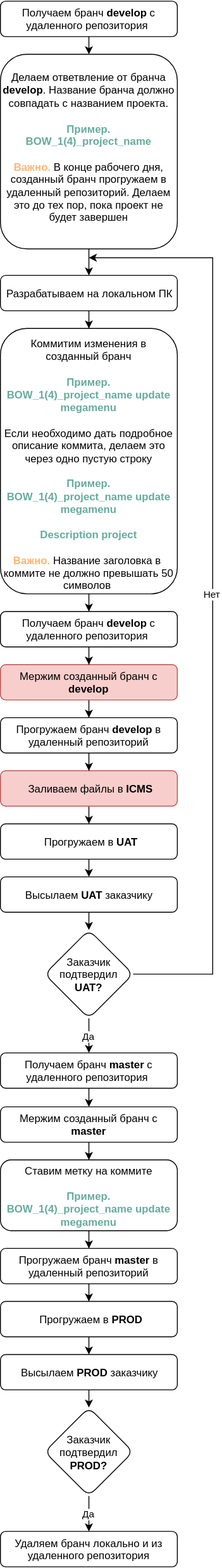
Earlier version of the draw.io export GIT roadmap.svg (biryukovkolya/upload-files). Source tidied: cells renumbered, new cells last; positions are measured from the earlier drawing's top-left corner, leaving out a move shared by most shapes.
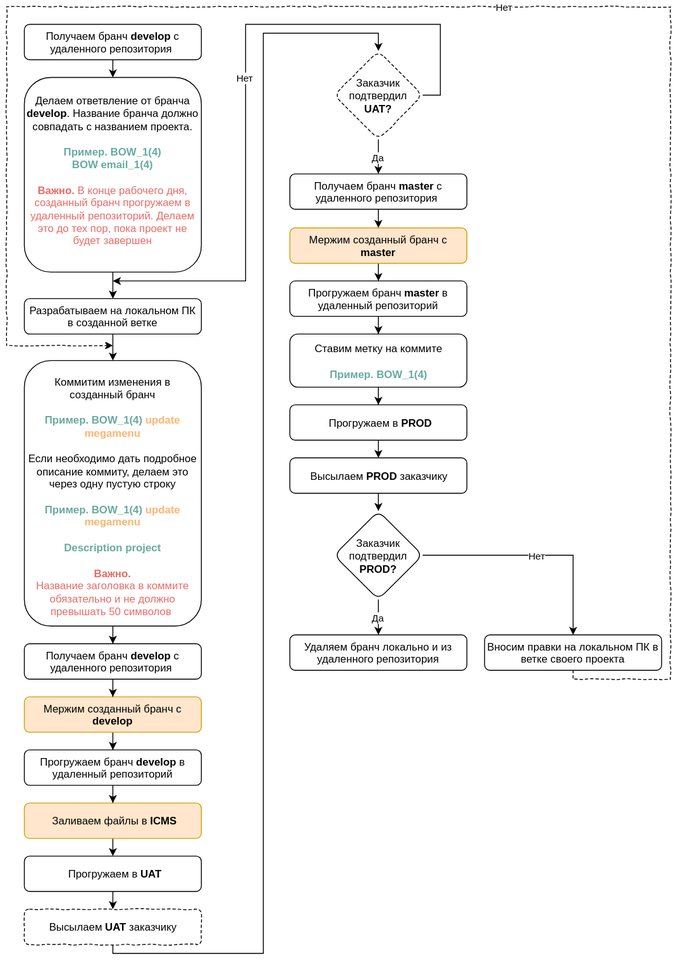
The same diagram one commit later.

What changed in the source:
```diff
@@ -6,121 +6,148 @@
       <mxGeometry relative="1" as="geometry" />
     </mxCell>
     <mxCell id="3" value="Получаем бранч&amp;nbsp;&lt;b&gt;develop&lt;/b&gt; c удаленного репозитория&amp;nbsp;&lt;b&gt;&lt;font color=&quot;#67ab9f&quot;&gt;&lt;br&gt;&lt;/font&gt;&lt;/b&gt;" style="rounded=1;whiteSpace=wrap;html=1;spacingRight=0;spacingLeft=0;spacing=3;" parent="1" vertex="1">
-      <mxGeometry width="200" height="40" as="geometry" />
+      <mxGeometry x="46" y="30" width="200" height="40" as="geometry" />
     </mxCell>
     <mxCell id="4" style="edgeStyle=orthogonalEdgeStyle;rounded=0;html=1;exitX=0.5;exitY=1;jettySize=auto;" parent="1" edge="1" source="5" target="7">
       <mxGeometry relative="1" as="geometry" />
     </mxCell>
-    <mxCell id="5" value="Разрабатываем на локальном ПК" style="rounded=1;whiteSpace=wrap;html=1;spacing=3;" parent="1" vertex="1">
-      <mxGeometry y="310" width="200" height="40" as="geometry" />
+    <mxCell id="5" value="Разрабатываем на локальном ПК в созданной ветке" style="rounded=1;whiteSpace=wrap;html=1;spacing=3;" parent="1" vertex="1">
+      <mxGeometry x="46" y="340" width="200" height="40" as="geometry" />
     </mxCell>
     <mxCell id="6" style="edgeStyle=orthogonalEdgeStyle;rounded=0;html=1;exitX=0.5;exitY=1;jettySize=auto;" parent="1" edge="1" source="7" target="13">
       <mxGeometry relative="1" as="geometry" />
     </mxCell>
-    <mxCell id="7" value="Коммитим изменения в созданный бранч&lt;br&gt;&lt;b style=&quot;color: rgb(103 , 171 , 159)&quot;&gt;&lt;br&gt;Пример. BOW_1(4)_project_name update megamenu&lt;/b&gt;&lt;br&gt;&lt;br&gt;Если необходимо дать подробное описание&amp;nbsp;коммита, делаем это через одно пустую строку&lt;br&gt;&lt;font color=&quot;#67ab9f&quot;&gt;&lt;b&gt;&lt;br&gt;Пример. BOW_1(4)_project_name&amp;nbsp;update megamenu&lt;br&gt;&lt;br&gt;Description project&lt;br&gt;&lt;/b&gt;&lt;/font&gt;&lt;font color=&quot;#ffb570&quot;&gt;&lt;b&gt;&lt;br&gt;Важно.&lt;/b&gt;&lt;/font&gt; Название заголовка в&amp;nbsp; коммите не должно превышать 50 символов&amp;nbsp;&lt;br&gt;" style="rounded=1;whiteSpace=wrap;html=1;spacing=3;" parent="1" vertex="1">
-      <mxGeometry y="370" width="200" height="300" as="geometry" />
+    <mxCell id="7" value="Коммитим изменения в созданный бранч&lt;br&gt;&lt;b style=&quot;color: rgb(103 , 171 , 159)&quot;&gt;&lt;br&gt;Пример. BOW_1(4) &lt;/b&gt;&lt;b&gt;&lt;font color=&quot;#ffb570&quot;&gt;update megamenu&lt;/font&gt;&lt;/b&gt;&lt;br&gt;&lt;br&gt;Если необходимо дать подробное описание&amp;nbsp;коммиту, делаем это через одну пустую строку&lt;br&gt;&lt;b&gt;&lt;br&gt;&lt;font color=&quot;#67ab9f&quot;&gt;Пример. BOW_1(4) &lt;/font&gt;&lt;font color=&quot;#ffb570&quot;&gt;update megamenu&lt;/font&gt;&lt;br&gt;&lt;br&gt;&lt;font color=&quot;#67ab9f&quot;&gt;Description project&lt;/font&gt;&lt;br&gt;&lt;/b&gt;&lt;b&gt;&lt;br&gt;&lt;font color=&quot;#ea6b66&quot;&gt;Важно.&lt;/font&gt;&lt;/b&gt;&lt;font color=&quot;#ea6b66&quot;&gt; &lt;br&gt;Название заголовка в коммите обязательно и не должно превышать 50 символов&amp;nbsp;&lt;/font&gt;&lt;br&gt;" style="rounded=1;whiteSpace=wrap;html=1;spacing=3;" parent="1" vertex="1">
+      <mxGeometry x="46" y="410" width="200" height="300" as="geometry" />
     </mxCell>
     <mxCell id="8" style="edgeStyle=orthogonalEdgeStyle;rounded=0;html=1;exitX=0.5;exitY=1;jettySize=auto;" parent="1" edge="1" source="9" target="37">
       <mxGeometry relative="1" as="geometry" />
     </mxCell>
-    <mxCell id="9" value="Мержим созданный бранч с &lt;b&gt;develop&lt;/b&gt;" style="rounded=1;whiteSpace=wrap;html=1;spacing=3;fillColor=#f8cecc;strokeColor=#b85450;" parent="1" vertex="1">
-      <mxGeometry y="750" width="200" height="40" as="geometry" />
+    <mxCell id="9" value="Мержим созданный бранч с &lt;b&gt;develop&lt;/b&gt;" style="rounded=1;whiteSpace=wrap;html=1;spacing=3;fillColor=#ffe6cc;strokeColor=#d79b00;glass=0;" parent="1" vertex="1">
+      <mxGeometry x="46" y="790" width="200" height="40" as="geometry" />
     </mxCell>
     <mxCell id="10" style="edgeStyle=orthogonalEdgeStyle;rounded=0;html=1;exitX=0.5;exitY=1;entryX=0.5;entryY=0;jettySize=auto;" parent="1" edge="1" source="11" target="5">
       <mxGeometry relative="1" as="geometry" />
     </mxCell>
-    <mxCell id="11" value="Делаем ответвление от бранча &lt;b&gt;develop&lt;/b&gt;. Название бранча должно совпадать с названием проекта.&lt;br&gt;&lt;b&gt;&lt;font color=&quot;#67ab9f&quot;&gt;&lt;br&gt;Пример. BOW_1(4)_project_name&lt;br&gt;&lt;br&gt;&lt;/font&gt;&lt;/b&gt;&lt;font color=&quot;#ffb570&quot;&gt;&lt;b&gt;Важно.&lt;/b&gt;&lt;/font&gt;&amp;nbsp;В конце рабочего дня, созданный бранч прогружаем в удаленный репозиторий. Делаем это до тех пор, пока проект не будет завершен&lt;b&gt;&lt;font color=&quot;#67ab9f&quot;&gt;&lt;br&gt;&lt;/font&gt;&lt;/b&gt;" style="rounded=1;whiteSpace=wrap;html=1;spacingRight=0;spacingLeft=0;spacing=3;" parent="1" vertex="1">
-      <mxGeometry y="60" width="200" height="220" as="geometry" />
+    <mxCell id="11" value="Делаем ответвление от бранча &lt;b&gt;develop&lt;/b&gt;. Название бранча должно совпадать с названием проекта.&lt;br&gt;&lt;b&gt;&lt;font color=&quot;#67ab9f&quot;&gt;&lt;br&gt;Пример. BOW_1(4)&lt;br&gt;BOW email_1(4)&lt;br&gt;&lt;br&gt;&lt;/font&gt;&lt;/b&gt;&lt;font color=&quot;#ea6b66&quot;&gt;&lt;b&gt;Важно.&lt;/b&gt;&amp;nbsp;В конце рабочего дня, созданный бранч прогружаем в удаленный репозиторий. Делаем это до тех пор, пока проект не будет завершен&lt;/font&gt;&lt;b&gt;&lt;font color=&quot;#67ab9f&quot;&gt;&lt;br&gt;&lt;/font&gt;&lt;/b&gt;" style="rounded=1;whiteSpace=wrap;html=1;spacingRight=0;spacingLeft=0;spacing=3;" parent="1" vertex="1">
+      <mxGeometry x="46" y="90" width="200" height="220" as="geometry" />
     </mxCell>
     <mxCell id="12" style="edgeStyle=orthogonalEdgeStyle;rounded=0;html=1;exitX=0.5;exitY=1;jettySize=auto;" parent="1" edge="1" source="13" target="9">
       <mxGeometry relative="1" as="geometry" />
     </mxCell>
     <mxCell id="13" value="Получаем бранч&amp;nbsp;&lt;b&gt;develop&lt;/b&gt; c удаленного репозитория&amp;nbsp;&lt;b&gt;&lt;font color=&quot;#67ab9f&quot;&gt;&lt;br&gt;&lt;/font&gt;&lt;/b&gt;" style="rounded=1;whiteSpace=wrap;html=1;spacingRight=0;spacingLeft=0;spacing=3;" parent="1" vertex="1">
-      <mxGeometry y="690" width="200" height="40" as="geometry" />
+      <mxGeometry x="46" y="730" width="200" height="40" as="geometry" />
     </mxCell>
     <mxCell id="14" value="Да" style="edgeStyle=orthogonalEdgeStyle;rounded=0;html=1;exitX=0.5;exitY=1;entryX=0.5;entryY=0;jettySize=auto;" parent="1" edge="1" source="16" target="24">
       <mxGeometry relative="1" as="geometry" />
     </mxCell>
     <mxCell id="15" value="Нет" style="edgeStyle=orthogonalEdgeStyle;rounded=0;html=1;exitX=1;exitY=0.5;jettySize=auto;" parent="1" edge="1" source="16">
       <mxGeometry relative="1" as="geometry">
-        <mxPoint x="100" y="290" as="targetPoint" />
+        <mxPoint x="146" y="320" as="targetPoint" />
         <Array as="points">
-          <mxPoint x="240" y="1100" />
-          <mxPoint x="240" y="290" />
+          <mxPoint x="516" y="110" />
+          <mxPoint x="516" y="30" />
+          <mxPoint x="296" y="30" />
+          <mxPoint x="296" y="320" />
         </Array>
       </mxGeometry>
     </mxCell>
-    <mxCell id="16" value="Заказчик подтвердил &lt;b&gt;UAT?&lt;/b&gt;" style="rhombus;whiteSpace=wrap;html=1;rounded=1;spacing=3;" parent="1" vertex="1">
-      <mxGeometry x="50" y="1050" width="100" height="100" as="geometry" />
+    <mxCell id="16" value="Заказчик подтвердил &lt;b&gt;UAT?&lt;/b&gt;" style="rhombus;whiteSpace=wrap;html=1;rounded=1;spacing=3;comic=1;dashed=1;" parent="1" vertex="1">
+      <mxGeometry x="396" y="60" width="100" height="100" as="geometry" />
     </mxCell>
     <mxCell id="17" style="edgeStyle=orthogonalEdgeStyle;rounded=0;html=1;exitX=0.5;exitY=1;entryX=0.5;entryY=0;jettySize=auto;" parent="1" edge="1" source="18" target="20">
       <mxGeometry relative="1" as="geometry" />
     </mxCell>
-    <mxCell id="18" value="&amp;nbsp;Заливаем файлы в &lt;b&gt;ICMS&lt;/b&gt;" style="rounded=1;whiteSpace=wrap;html=1;spacing=3;fillColor=#f8cecc;strokeColor=#b85450;" parent="1" vertex="1">
-      <mxGeometry y="870" width="200" height="40" as="geometry" />
+    <mxCell id="18" value="&amp;nbsp;Заливаем файлы в &lt;b&gt;ICMS&lt;/b&gt;" style="rounded=1;whiteSpace=wrap;html=1;spacing=3;fillColor=#ffe6cc;strokeColor=#d79b00;" parent="1" vertex="1">
+      <mxGeometry x="46" y="910" width="200" height="40" as="geometry" />
     </mxCell>
     <mxCell id="19" style="edgeStyle=orthogonalEdgeStyle;rounded=0;html=1;exitX=0.5;exitY=1;entryX=0.5;entryY=0;jettySize=auto;" parent="1" edge="1" source="20" target="22">
       <mxGeometry relative="1" as="geometry" />
     </mxCell>
     <mxCell id="20" value="&amp;nbsp;Прогружаем в &lt;b&gt;UAT&lt;/b&gt;" style="rounded=1;whiteSpace=wrap;html=1;spacing=3;" parent="1" vertex="1">
-      <mxGeometry y="930" width="200" height="40" as="geometry" />
+      <mxGeometry x="46" y="970" width="200" height="40" as="geometry" />
     </mxCell>
     <mxCell id="21" style="edgeStyle=orthogonalEdgeStyle;rounded=0;html=1;exitX=0.5;exitY=1;entryX=0.5;entryY=0;jettySize=auto;" parent="1" edge="1" source="22" target="16">
-      <mxGeometry relative="1" as="geometry" />
+      <mxGeometry relative="1" as="geometry">
+        <Array as="points">
+          <mxPoint x="146" y="1080" />
+          <mxPoint x="316" y="1080" />
+          <mxPoint x="316" y="40" />
+          <mxPoint x="446" y="40" />
+        </Array>
+      </mxGeometry>
     </mxCell>
-    <mxCell id="22" value="Высылаем &lt;b&gt;UAT&lt;/b&gt; заказчику" style="rounded=1;whiteSpace=wrap;html=1;spacing=3;" parent="1" vertex="1">
-      <mxGeometry y="990" width="200" height="40" as="geometry" />
+    <mxCell id="22" value="Высылаем &lt;b&gt;UAT&lt;/b&gt; заказчику" style="rounded=1;whiteSpace=wrap;html=1;spacing=3;comic=1;dashed=1;" parent="1" vertex="1">
+      <mxGeometry x="46" y="1030" width="200" height="40" as="geometry" />
     </mxCell>
     <mxCell id="23" style="edgeStyle=orthogonalEdgeStyle;rounded=0;html=1;exitX=0.5;exitY=1;entryX=0.5;entryY=0;jettySize=auto;" parent="1" edge="1" source="24" target="26">
       <mxGeometry relative="1" as="geometry" />
     </mxCell>
     <mxCell id="24" value="Получаем бранч&amp;nbsp;&lt;b&gt;master&lt;/b&gt; c удаленного репозитория&amp;nbsp;&lt;b&gt;&lt;font color=&quot;#67ab9f&quot;&gt;&lt;br&gt;&lt;/font&gt;&lt;/b&gt;" style="rounded=1;whiteSpace=wrap;html=1;spacingRight=0;spacingLeft=0;spacing=3;" parent="1" vertex="1">
-      <mxGeometry y="1189" width="200" height="40" as="geometry" />
+      <mxGeometry x="346" y="199" width="200" height="40" as="geometry" />
     </mxCell>
-    <mxCell id="25" style="edgeStyle=orthogonalEdgeStyle;rounded=0;html=1;exitX=0.5;exitY=1;jettySize=auto;" parent="1" edge="1" source="26" target="35">
+    <mxCell id="25" style="edgeStyle=orthogonalEdgeStyle;rounded=0;html=1;exitX=0.5;exitY=1;jettySize=auto;entryX=0.5;entryY=0;" parent="1" edge="1" source="26" target="39">
       <mxGeometry relative="1" as="geometry" />
     </mxCell>
-    <mxCell id="26" value="Мержим созданный бранч с &lt;b&gt;master&lt;/b&gt;" style="rounded=1;whiteSpace=wrap;html=1;spacing=3;" parent="1" vertex="1">
-      <mxGeometry y="1250" width="200" height="40" as="geometry" />
+    <mxCell id="26" value="Мержим созданный бранч с &lt;b&gt;master&lt;/b&gt;" style="rounded=1;whiteSpace=wrap;html=1;spacing=3;fillColor=#ffe6cc;strokeColor=#d79b00;" parent="1" vertex="1">
+      <mxGeometry x="346" y="260" width="200" height="40" as="geometry" />
     </mxCell>
     <mxCell id="27" style="edgeStyle=orthogonalEdgeStyle;rounded=0;html=1;exitX=0.5;exitY=1;entryX=0.5;entryY=0;jettySize=auto;" parent="1" edge="1" source="28" target="30">
       <mxGeometry relative="1" as="geometry" />
     </mxCell>
     <mxCell id="28" value="&amp;nbsp;Прогружаем в &lt;b&gt;PROD&lt;/b&gt;" style="rounded=1;whiteSpace=wrap;html=1;spacing=3;" parent="1" vertex="1">
-      <mxGeometry y="1470" width="200" height="40" as="geometry" />
+      <mxGeometry x="346" y="460" width="200" height="40" as="geometry" />
     </mxCell>
     <mxCell id="29" style="edgeStyle=orthogonalEdgeStyle;rounded=0;html=1;exitX=0.5;exitY=1;entryX=0.5;entryY=0;jettySize=auto;" parent="1" edge="1" source="30" target="32">
       <mxGeometry relative="1" as="geometry" />
     </mxCell>
     <mxCell id="30" value="Высылаем &lt;b&gt;PROD&lt;/b&gt; заказчику" style="rounded=1;whiteSpace=wrap;html=1;spacing=3;" parent="1" vertex="1">
-      <mxGeometry y="1530" width="200" height="40" as="geometry" />
+      <mxGeometry x="346" y="520" width="200" height="40" as="geometry" />
     </mxCell>
     <mxCell id="31" value="Да" style="edgeStyle=orthogonalEdgeStyle;rounded=0;html=1;exitX=0.5;exitY=1;jettySize=auto;" parent="1" edge="1" source="32" target="33">
       <mxGeometry relative="1" as="geometry" />
     </mxCell>
+    <mxCell id="40" value="Нет" style="edgeStyle=orthogonalEdgeStyle;rounded=0;html=1;exitX=1;exitY=0.5;entryX=0.5;entryY=0;jettySize=auto;" parent="1" edge="1" source="32" target="43">
+      <mxGeometry relative="1" as="geometry" />
+    </mxCell>
     <mxCell id="32" value="Заказчик подтвердил &lt;b&gt;PROD?&lt;/b&gt;" style="rhombus;whiteSpace=wrap;html=1;rounded=1;spacing=3;" parent="1" vertex="1">
-      <mxGeometry x="50" y="1590" width="100" height="100" as="geometry" />
+      <mxGeometry x="396" y="580" width="100" height="100" as="geometry" />
     </mxCell>
     <mxCell id="33" value="Удаляем бранч локально и из удаленного репозитория&lt;br&gt;" style="rounded=1;whiteSpace=wrap;html=1;spacing=3;" parent="1" vertex="1">
-      <mxGeometry y="1730" width="200" height="40" as="geometry" />
+      <mxGeometry x="346" y="720" width="200" height="40" as="geometry" />
     </mxCell>
-    <mxCell id="34" style="edgeStyle=orthogonalEdgeStyle;rounded=0;html=1;exitX=0.5;exitY=1;jettySize=auto;" parent="1" edge="1" source="35" target="39">
-      <mxGeometry relative="1" as="geometry" />
-    </mxCell>
-    <mxCell id="35" value="Ставим метку на коммите&lt;br&gt;&lt;b&gt;&lt;font color=&quot;#67ab9f&quot;&gt;&lt;br&gt;Пример. BOW_1(4)_project_name update megamenu&lt;/font&gt;&lt;/b&gt;&lt;br&gt;" style="rounded=1;whiteSpace=wrap;html=1;spacing=3;" parent="1" vertex="1">
-      <mxGeometry y="1310" width="200" height="80" as="geometry" />
-    </mxCell>
     <mxCell id="36" style="edgeStyle=orthogonalEdgeStyle;rounded=0;html=1;exitX=0.5;exitY=1;jettySize=auto;" parent="1" edge="1" source="37" target="18">
       <mxGeometry relative="1" as="geometry" />
     </mxCell>
     <mxCell id="37" value="Прогружаем бранч&amp;nbsp;&lt;b&gt;develop&lt;/b&gt;&amp;nbsp;в удаленный репозиторий&lt;b&gt;&lt;font color=&quot;#67ab9f&quot;&gt;&lt;br&gt;&lt;/font&gt;&lt;/b&gt;" style="rounded=1;whiteSpace=wrap;html=1;spacingRight=0;spacingLeft=0;spacing=3;" parent="1" vertex="1">
-      <mxGeometry y="810" width="200" height="40" as="geometry" />
+      <mxGeometry x="46" y="850" width="200" height="40" as="geometry" />
     </mxCell>
-    <mxCell id="38" style="edgeStyle=orthogonalEdgeStyle;rounded=0;html=1;exitX=0.5;exitY=1;jettySize=auto;" parent="1" edge="1" source="39" target="28">
-      <mxGeometry relative="1" as="geometry" />
-    </mxCell>
+    <mxCell id="41" style="edgeStyle=orthogonalEdgeStyle;rounded=0;comic=0;html=1;exitX=0.5;exitY=1;jettySize=auto;" parent="1" edge="1" source="39" target="45">
+      <mxGeometry relative="1" as="geometry" />
+    </mxCell>
     <mxCell id="39" value="Прогружаем бранч &lt;b&gt;master&lt;/b&gt;&amp;nbsp;в удаленный репозиторий&lt;br&gt;" style="rounded=1;whiteSpace=wrap;html=1;spacing=3;" parent="1" vertex="1">
-      <mxGeometry y="1410" width="200" height="40" as="geometry" />
+      <mxGeometry x="346" y="320" width="200" height="40" as="geometry" />
     </mxCell>
+    <mxCell id="42" value="Нет" style="edgeStyle=orthogonalEdgeStyle;rounded=0;html=1;exitX=0.5;exitY=1;jettySize=auto;comic=1;dashed=1;" parent="1" edge="1" source="43">
+      <mxGeometry relative="1" as="geometry">
+        <mxPoint x="146" y="393" as="targetPoint" />
+        <Array as="points">
+          <mxPoint x="666" y="770" />
+          <mxPoint x="776" y="770" />
+          <mxPoint x="776" y="10" />
+          <mxPoint x="26" y="10" />
+          <mxPoint x="26" y="393" />
+        </Array>
+      </mxGeometry>
+    </mxCell>
+    <mxCell id="43" value="Вносим правки на локальном ПК в ветке своего проекта" style="rounded=1;whiteSpace=wrap;html=1;spacing=3;" parent="1" vertex="1">
+      <mxGeometry x="566" y="720" width="200" height="40" as="geometry" />
+    </mxCell>
+    <mxCell id="44" style="edgeStyle=orthogonalEdgeStyle;rounded=0;comic=0;html=1;exitX=0.5;exitY=1;jettySize=auto;" parent="1" edge="1" source="45" target="28">
+      <mxGeometry relative="1" as="geometry" />
+    </mxCell>
+    <mxCell id="45" value="Ставим метку на коммите&lt;br&gt;&lt;b&gt;&lt;font color=&quot;#67ab9f&quot;&gt;&lt;br&gt;Пример. BOW_1(4)&lt;/font&gt;&lt;/b&gt;&lt;br&gt;" style="rounded=1;whiteSpace=wrap;html=1;spacing=3;" parent="1" vertex="1">
+      <mxGeometry x="346" y="380" width="200" height="60" as="geometry" />
+    </mxCell>
   </root>
 </mxGraphModel>
```
